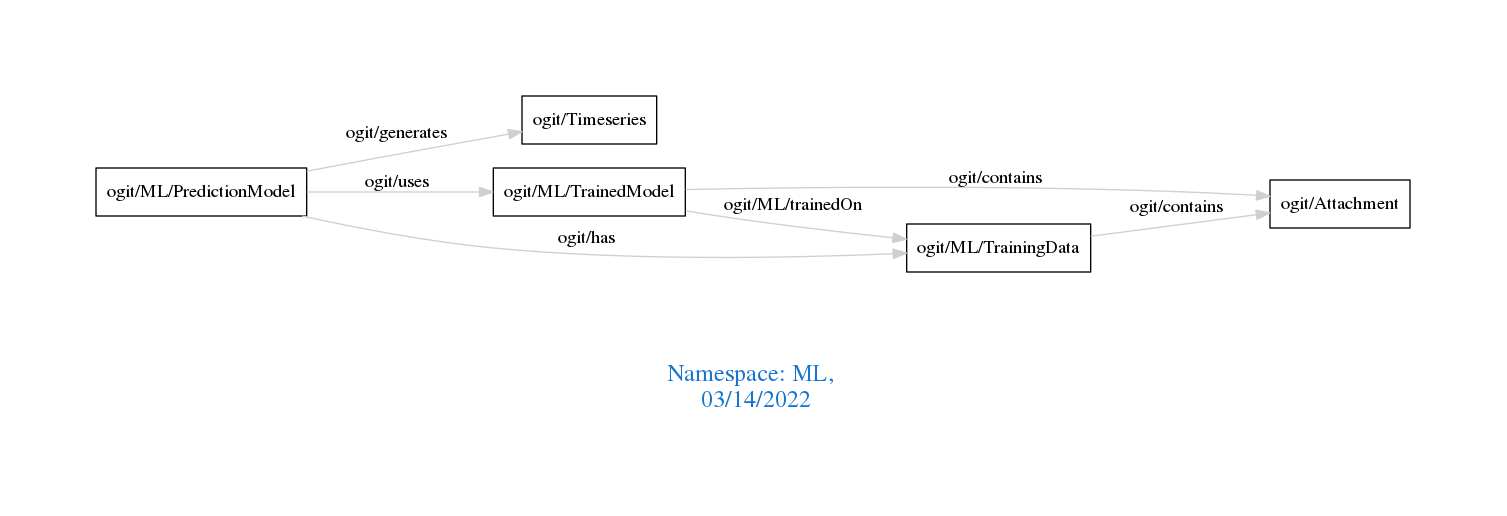
Above: downloads/ML.png in arago/OGIT (Graphviz), before the change. Its source is kept beside it as downloads/ML.dot.
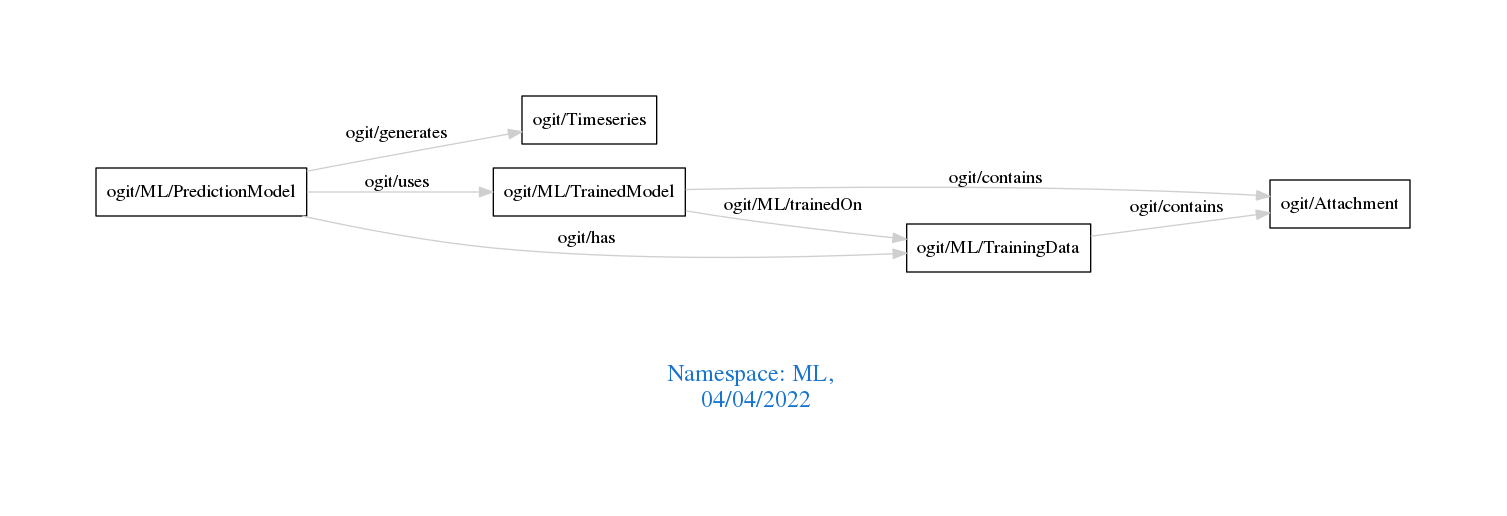
The same diagram one commit later.

The edit, as a diff of the source:
```diff
@@ -1,7 +1,7 @@
 digraph OGIT_ontology {
  graph [ rankdir= LR,pad=1
 fontsize = 18,
-fontcolor= dodgerblue3,label = "\n\n\nNamespace: ML, \n 03/14/2022"];
+fontcolor= dodgerblue3,label = "\n\n\nNamespace: ML, \n 04/04/2022"];
 node[shape=polygon];
 edge [  color="gray81"];
 
```
